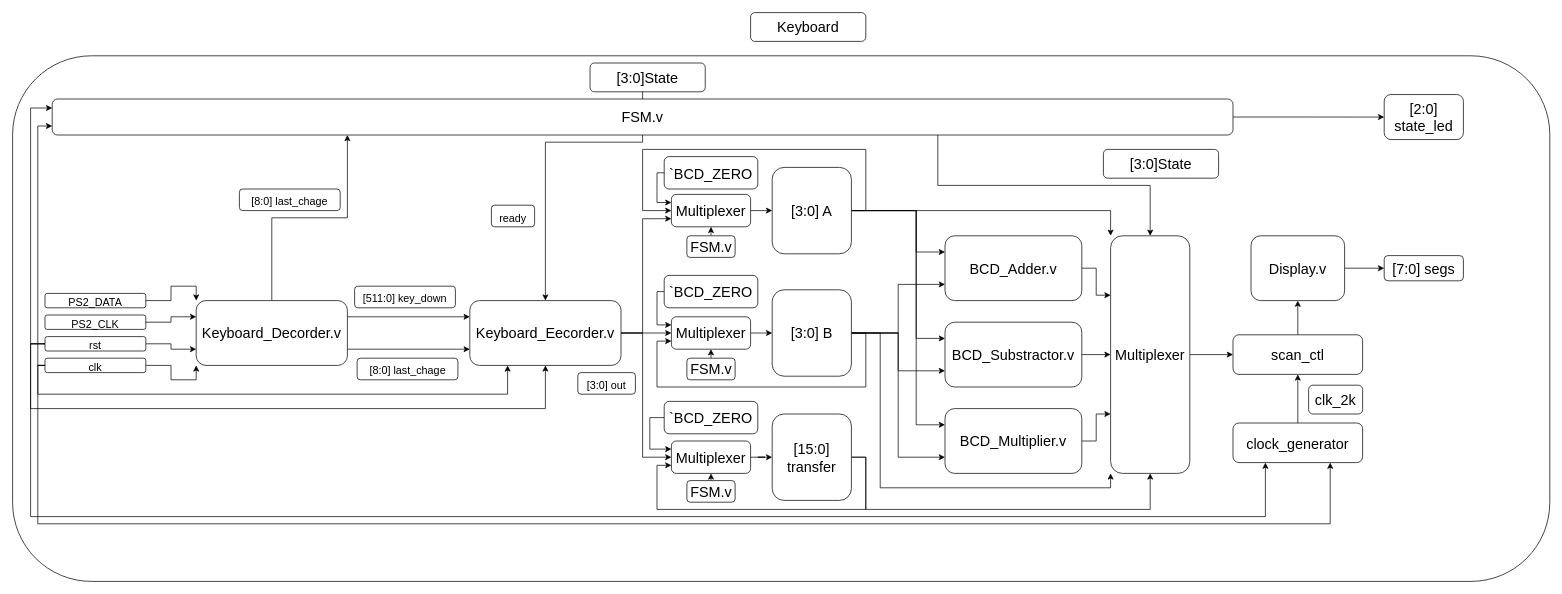
Above: Keyboard_4.drawio in Allenaxe/diagram (draw.io), before the change. Source tidied: cells renumbered, new cells numbered last; positions are measured from the earlier drawing's top-left corner, leaving out a move shared by most shapes. Both pictures are drawn from the tidied source at 72%, with x=0, y=0 at pixel (12, 12).
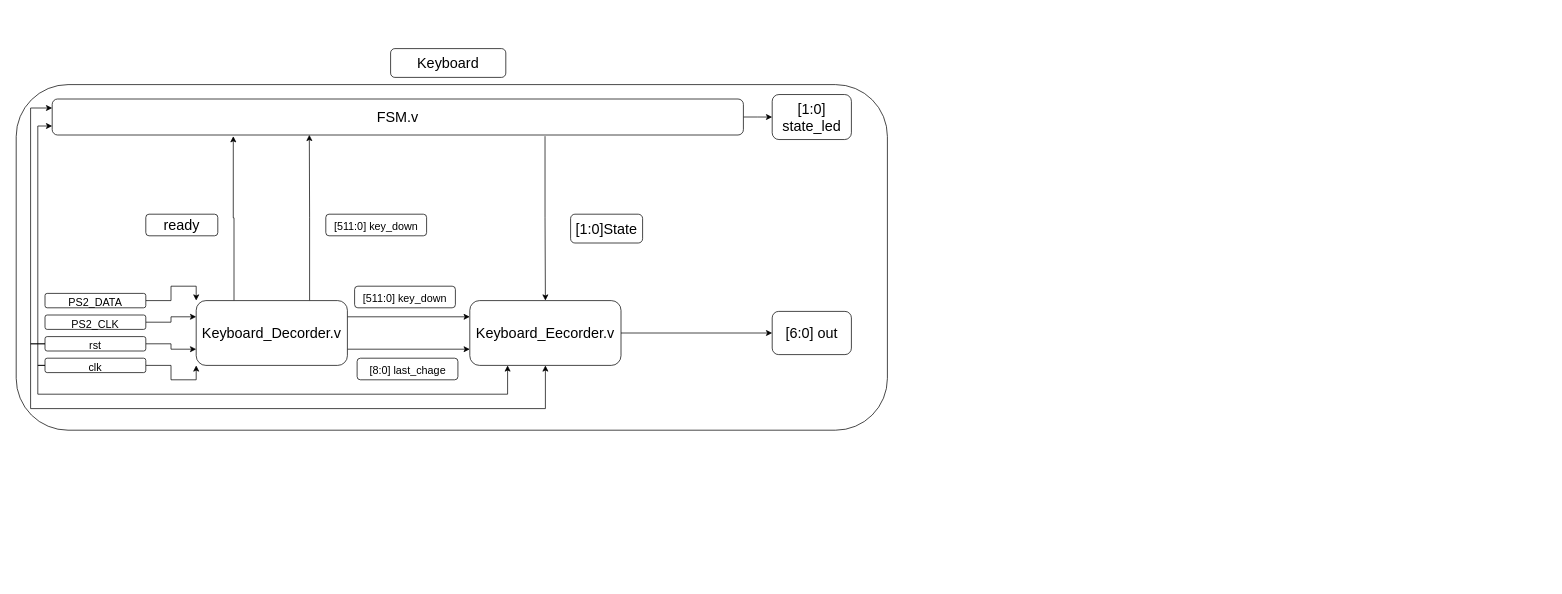
The same diagram, later.

The change refers to these unchanged cells:
```xml
<mxCell id="6" value="&lt;font style=&quot;font-size: 20px&quot;&gt;Keyboard_Decorder.v&lt;/font&gt;" style="rounded=1;whiteSpace=wrap;html=1;" parent="1" vertex="1">
  <mxGeometry x="255" y="400" width="210" height="90" as="geometry" />
</mxCell>
<mxCell id="10" value="&lt;span style=&quot;font-size: 20px&quot;&gt;Keyboard_Eecorder.v&lt;/span&gt;" style="whiteSpace=wrap;html=1;rounded=1;" parent="1" vertex="1">
  <mxGeometry x="635" y="400" width="210" height="90" as="geometry" />
</mxCell>
<mxCell id="21" value="&lt;span style=&quot;font-size: 15px&quot;&gt;rst&lt;/span&gt;" style="rounded=1;whiteSpace=wrap;html=1;fontSize=20;" parent="1" vertex="1">
  <mxGeometry x="45" y="450" width="140" height="20" as="geometry" />
</mxCell>
<mxCell id="26" value="&lt;span style=&quot;font-size: 15px&quot;&gt;clk&lt;/span&gt;" style="rounded=1;whiteSpace=wrap;html=1;fontSize=20;" parent="1" vertex="1">
  <mxGeometry x="45" y="480" width="140" height="20" as="geometry" />
</mxCell>
```

Diff of the diagram source:
```diff
@@
-    <mxCell id="2" style="rounded=1;whiteSpace=wrap;html=1;fontSize=20;" parent="1" vertex="1">
-      <mxGeometry y="60" width="2135" height="730" as="geometry" />
-    </mxCell>
+    <mxCell id="88" style="rounded=1;whiteSpace=wrap;html=1;fontSize=20;" parent="1" vertex="1">
+      <mxGeometry x="5" y="100" width="1210" height="480" as="geometry" />
+    </mxCell>
@@
-    <mxCell id="5" style="edgeStyle=orthogonalEdgeStyle;rounded=0;jettySize=auto;html=1;exitX=0.5;exitY=0;exitDx=0;exitDy=0;entryX=0.25;entryY=1;entryDx=0;entryDy=0;fontSize=20;" parent="1" edge="1" source="6" target="75">
-      <mxGeometry relative="1" as="geometry" />
-    </mxCell>
+    <mxCell id="89" style="edgeStyle=orthogonalEdgeStyle;rounded=0;jettySize=auto;html=1;exitX=0.25;exitY=0;exitDx=0;exitDy=0;fontSize=20;entryX=0.262;entryY=1.032;entryDx=0;entryDy=0;entryPerimeter=0;" parent="1" edge="1" source="6" target="75">
+      <mxGeometry relative="1" as="geometry" />
+    </mxCell>
+    <mxCell id="90" style="edgeStyle=orthogonalEdgeStyle;rounded=0;jettySize=auto;html=1;exitX=0.75;exitY=0;exitDx=0;exitDy=0;entryX=0.372;entryY=0.995;entryDx=0;entryDy=0;entryPerimeter=0;fontSize=20;" parent="1" edge="1" source="6" target="75">
+      <mxGeometry relative="1" as="geometry" />
+    </mxCell>
@@
-    <mxCell id="7" style="edgeStyle=orthogonalEdgeStyle;rounded=0;jettySize=auto;html=1;exitX=1;exitY=0.5;exitDx=0;exitDy=0;entryX=0;entryY=0.75;entryDx=0;entryDy=0;fontSize=20;" parent="1" edge="1" source="10" target="31">
-      <mxGeometry relative="1" as="geometry">
-        <Array as="points">
-          <mxPoint x="875" y="445" />
-          <mxPoint x="875" y="286" />
-        </Array>
-      </mxGeometry>
-    </mxCell>
-    <mxCell id="8" style="edgeStyle=orthogonalEdgeStyle;rounded=0;jettySize=auto;html=1;exitX=1;exitY=0.5;exitDx=0;exitDy=0;entryX=0;entryY=0.5;entryDx=0;entryDy=0;fontSize=20;" parent="1" edge="1" source="10" target="50">
-      <mxGeometry relative="1" as="geometry" />
-    </mxCell>
-    <mxCell id="9" style="edgeStyle=orthogonalEdgeStyle;rounded=0;jettySize=auto;html=1;exitX=1;exitY=0.5;exitDx=0;exitDy=0;fontSize=20;entryX=0;entryY=0.5;entryDx=0;entryDy=0;" parent="1" edge="1" source="10" target="54">
-      <mxGeometry relative="1" as="geometry">
-        <Array as="points">
-          <mxPoint x="875" y="445" />
-          <mxPoint x="875" y="618" />
-          <mxPoint x="915" y="618" />
-        </Array>
-      </mxGeometry>
-    </mxCell>
+    <mxCell id="91" style="edgeStyle=orthogonalEdgeStyle;rounded=0;jettySize=auto;html=1;" parent="1" edge="1" source="10" target="92">
+      <mxGeometry relative="1" as="geometry" />
+    </mxCell>
@@
-    <mxCell id="20" style="edgeStyle=orthogonalEdgeStyle;rounded=0;jettySize=auto;html=1;exitX=0;exitY=0.5;exitDx=0;exitDy=0;entryX=0.25;entryY=1;entryDx=0;entryDy=0;fontSize=20;" parent="1" edge="1" source="21" target="66">
-      <mxGeometry relative="1" as="geometry">
-        <Array as="points">
-          <mxPoint x="25" y="460" />
-          <mxPoint x="25" y="700" />
-          <mxPoint x="1740" y="700" />
-        </Array>
-      </mxGeometry>
-    </mxCell>
@@
-    <mxCell id="25" style="edgeStyle=orthogonalEdgeStyle;rounded=0;jettySize=auto;html=1;exitX=0;exitY=0.5;exitDx=0;exitDy=0;entryX=0.75;entryY=1;entryDx=0;entryDy=0;fontSize=20;" parent="1" edge="1" source="26" target="66">
-      <mxGeometry relative="1" as="geometry">
-        <Array as="points">
-          <mxPoint x="35" y="490" />
-          <mxPoint x="35" y="710" />
-          <mxPoint x="1830" y="710" />
-        </Array>
-      </mxGeometry>
-    </mxCell>
@@
-    <mxCell id="27" style="edgeStyle=orthogonalEdgeStyle;rounded=0;jettySize=auto;html=1;fontSize=20;" parent="1" edge="1" source="28" target="29">
-      <mxGeometry relative="1" as="geometry" />
-    </mxCell>
-    <mxCell id="28" value="&lt;font style=&quot;font-size: 20px&quot;&gt;Display.v&lt;/font&gt;" style="whiteSpace=wrap;html=1;rounded=1;" parent="1" vertex="1">
-      <mxGeometry x="1720" y="310" width="130" height="90" as="geometry" />
-    </mxCell>
-    <mxCell id="29" value="&lt;font style=&quot;font-size: 20px&quot;&gt;[7:0] segs&lt;/font&gt;" style="whiteSpace=wrap;html=1;rounded=1;" parent="1" vertex="1">
-      <mxGeometry x="1905" y="337.5" width="110" height="35" as="geometry" />
-    </mxCell>
-    <mxCell id="30" style="edgeStyle=orthogonalEdgeStyle;rounded=0;jettySize=auto;html=1;exitX=1;exitY=0.5;exitDx=0;exitDy=0;entryX=0;entryY=0.5;entryDx=0;entryDy=0;fontSize=20;" parent="1" edge="1" source="31" target="37">
-      <mxGeometry relative="1" as="geometry" />
-    </mxCell>
-    <mxCell id="31" value="Multiplexer" style="rounded=1;whiteSpace=wrap;html=1;fontSize=20;" parent="1" vertex="1">
-      <mxGeometry x="915" y="252.5" width="110" height="45" as="geometry" />
-    </mxCell>
-    <mxCell id="32" style="edgeStyle=orthogonalEdgeStyle;rounded=0;jettySize=auto;html=1;exitX=1;exitY=0.5;exitDx=0;exitDy=0;entryX=0;entryY=0.5;entryDx=0;entryDy=0;fontSize=20;" parent="1" edge="1" source="37" target="31">
-      <mxGeometry relative="1" as="geometry">
-        <Array as="points">
-          <mxPoint x="1185" y="275" />
-          <mxPoint x="1185" y="190" />
-          <mxPoint x="875" y="190" />
-          <mxPoint x="875" y="275" />
-        </Array>
-      </mxGeometry>
-    </mxCell>
-    <mxCell id="33" style="edgeStyle=orthogonalEdgeStyle;rounded=0;jettySize=auto;html=1;exitX=1;exitY=0.5;exitDx=0;exitDy=0;entryX=0;entryY=0.25;entryDx=0;entryDy=0;fontSize=20;" parent="1" edge="1" source="37" target="64">
-      <mxGeometry relative="1" as="geometry">
-        <Array as="points">
-          <mxPoint x="1255" y="275" />
-          <mxPoint x="1255" y="333" />
-        </Array>
-      </mxGeometry>
-    </mxCell>
-    <mxCell id="34" style="edgeStyle=orthogonalEdgeStyle;rounded=0;jettySize=auto;html=1;exitX=1;exitY=0.5;exitDx=0;exitDy=0;entryX=0;entryY=0.25;entryDx=0;entryDy=0;" parent="1" edge="1" source="37" target="81">
-      <mxGeometry relative="1" as="geometry">
-        <Array as="points">
-          <mxPoint x="1255" y="275" />
-          <mxPoint x="1255" y="453" />
-        </Array>
-      </mxGeometry>
-    </mxCell>
-    <mxCell id="35" style="edgeStyle=orthogonalEdgeStyle;rounded=0;jettySize=auto;html=1;exitX=1;exitY=0.5;exitDx=0;exitDy=0;entryX=0;entryY=0.25;entryDx=0;entryDy=0;" parent="1" edge="1" source="37" target="83">
-      <mxGeometry relative="1" as="geometry">
-        <Array as="points">
-          <mxPoint x="1255" y="275" />
-          <mxPoint x="1255" y="573" />
-        </Array>
-      </mxGeometry>
-    </mxCell>
-    <mxCell id="36" style="edgeStyle=orthogonalEdgeStyle;rounded=0;jettySize=auto;html=1;exitX=1;exitY=0.5;exitDx=0;exitDy=0;entryX=0;entryY=0;entryDx=0;entryDy=0;" parent="1" edge="1" source="37" target="85">
-      <mxGeometry relative="1" as="geometry" />
-    </mxCell>
-    <mxCell id="37" value="[3:0] A" style="rounded=1;whiteSpace=wrap;html=1;fontSize=20;" parent="1" vertex="1">
-      <mxGeometry x="1055" y="215" width="110" height="120" as="geometry" />
-    </mxCell>
-    <mxCell id="38" style="edgeStyle=orthogonalEdgeStyle;rounded=0;jettySize=auto;html=1;exitX=1;exitY=0.5;exitDx=0;exitDy=0;entryX=0;entryY=0.75;entryDx=0;entryDy=0;fontSize=20;" parent="1" edge="1" source="43" target="50">
-      <mxGeometry relative="1" as="geometry">
-        <Array as="points">
-          <mxPoint x="1185" y="445" />
-          <mxPoint x="1185" y="520" />
-          <mxPoint x="895" y="520" />
-          <mxPoint x="895" y="456" />
-        </Array>
-      </mxGeometry>
-    </mxCell>
-    <mxCell id="39" style="edgeStyle=orthogonalEdgeStyle;rounded=0;jettySize=auto;html=1;exitX=1;exitY=0.5;exitDx=0;exitDy=0;entryX=0;entryY=0.75;entryDx=0;entryDy=0;fontSize=20;" parent="1" edge="1" source="43" target="64">
-      <mxGeometry relative="1" as="geometry" />
-    </mxCell>
-    <mxCell id="40" style="edgeStyle=orthogonalEdgeStyle;rounded=0;jettySize=auto;html=1;exitX=1;exitY=0.5;exitDx=0;exitDy=0;entryX=0;entryY=0.75;entryDx=0;entryDy=0;" parent="1" edge="1" source="43" target="81">
-      <mxGeometry relative="1" as="geometry" />
-    </mxCell>
-    <mxCell id="41" style="edgeStyle=orthogonalEdgeStyle;rounded=0;jettySize=auto;html=1;exitX=1;exitY=0.5;exitDx=0;exitDy=0;entryX=0;entryY=0.75;entryDx=0;entryDy=0;" parent="1" edge="1" source="43" target="83">
-      <mxGeometry relative="1" as="geometry" />
-    </mxCell>
-    <mxCell id="42" style="edgeStyle=orthogonalEdgeStyle;rounded=0;jettySize=auto;html=1;exitX=1;exitY=0.5;exitDx=0;exitDy=0;entryX=0;entryY=1;entryDx=0;entryDy=0;" parent="1" edge="1" source="43" target="85">
-      <mxGeometry relative="1" as="geometry">
-        <Array as="points">
-          <mxPoint x="1205" y="445" />
-          <mxPoint x="1205" y="660" />
-          <mxPoint x="1525" y="660" />
-        </Array>
-      </mxGeometry>
-    </mxCell>
-    <mxCell id="43" value="[3:0] B" style="rounded=1;whiteSpace=wrap;html=1;fontSize=20;" parent="1" vertex="1">
-      <mxGeometry x="1055" y="385" width="110" height="120" as="geometry" />
-    </mxCell>
-    <mxCell id="44" style="edgeStyle=orthogonalEdgeStyle;rounded=0;jettySize=auto;html=1;exitX=1;exitY=0.5;exitDx=0;exitDy=0;fontSize=20;entryX=0;entryY=0.75;entryDx=0;entryDy=0;" parent="1" edge="1" source="46" target="54">
-      <mxGeometry relative="1" as="geometry">
-        <Array as="points">
-          <mxPoint x="1185" y="617" />
-          <mxPoint x="1185" y="690" />
-          <mxPoint x="895" y="690" />
-          <mxPoint x="895" y="629" />
-        </Array>
-      </mxGeometry>
-    </mxCell>
-    <mxCell id="45" style="edgeStyle=orthogonalEdgeStyle;rounded=0;jettySize=auto;html=1;exitX=1;exitY=0.5;exitDx=0;exitDy=0;entryX=0.5;entryY=1;entryDx=0;entryDy=0;fontSize=20;" parent="1" edge="1" source="46" target="85">
-      <mxGeometry relative="1" as="geometry">
-        <Array as="points">
-          <mxPoint x="1185" y="618" />
-          <mxPoint x="1185" y="690" />
-          <mxPoint x="1580" y="690" />
-        </Array>
-      </mxGeometry>
-    </mxCell>
-    <mxCell id="46" value="[15:0] transfer" style="rounded=1;whiteSpace=wrap;html=1;fontSize=20;" parent="1" vertex="1">
-      <mxGeometry x="1055" y="557.5" width="110" height="120" as="geometry" />
-    </mxCell>
-    <mxCell id="47" style="edgeStyle=orthogonalEdgeStyle;rounded=0;jettySize=auto;html=1;exitX=1;exitY=0.5;exitDx=0;exitDy=0;entryX=0;entryY=0.25;entryDx=0;entryDy=0;fontSize=20;" parent="1" edge="1" source="48" target="31">
-      <mxGeometry relative="1" as="geometry">
-        <Array as="points">
-          <mxPoint x="895" y="223" />
-          <mxPoint x="895" y="264" />
-        </Array>
-      </mxGeometry>
-    </mxCell>
-    <mxCell id="48" value="`BCD_ZERO" style="rounded=1;whiteSpace=wrap;html=1;fontSize=20;" parent="1" vertex="1">
-      <mxGeometry x="905" y="200" width="130" height="45" as="geometry" />
-    </mxCell>
-    <mxCell id="49" style="edgeStyle=orthogonalEdgeStyle;rounded=0;jettySize=auto;html=1;exitX=1;exitY=0.5;exitDx=0;exitDy=0;entryX=0;entryY=0.5;entryDx=0;entryDy=0;fontSize=20;" parent="1" edge="1" source="50" target="43">
-      <mxGeometry relative="1" as="geometry" />
-    </mxCell>
-    <mxCell id="50" value="Multiplexer" style="rounded=1;whiteSpace=wrap;html=1;fontSize=20;" parent="1" vertex="1">
-      <mxGeometry x="915" y="422.5" width="110" height="45" as="geometry" />
-    </mxCell>
-    <mxCell id="51" style="edgeStyle=orthogonalEdgeStyle;rounded=0;jettySize=auto;html=1;exitX=0;exitY=0.5;exitDx=0;exitDy=0;entryX=0;entryY=0.25;entryDx=0;entryDy=0;fontSize=20;" parent="1" edge="1" source="52" target="50">
-      <mxGeometry relative="1" as="geometry">
-        <Array as="points">
-          <mxPoint x="895" y="387" />
-          <mxPoint x="895" y="434" />
-        </Array>
-      </mxGeometry>
-    </mxCell>
-    <mxCell id="52" value="`BCD_ZERO" style="rounded=1;whiteSpace=wrap;html=1;fontSize=20;" parent="1" vertex="1">
-      <mxGeometry x="905" y="365" width="130" height="45" as="geometry" />
-    </mxCell>
-    <mxCell id="53" style="edgeStyle=orthogonalEdgeStyle;rounded=0;jettySize=auto;html=1;fontSize=20;" parent="1" edge="1" source="54" target="46">
-      <mxGeometry relative="1" as="geometry" />
-    </mxCell>
-    <mxCell id="54" value="Multiplexer" style="rounded=1;whiteSpace=wrap;html=1;fontSize=20;" parent="1" vertex="1">
-      <mxGeometry x="915" y="595" width="110" height="45" as="geometry" />
-    </mxCell>
-    <mxCell id="55" style="edgeStyle=orthogonalEdgeStyle;rounded=0;jettySize=auto;html=1;exitX=0;exitY=0.5;exitDx=0;exitDy=0;entryX=0;entryY=0.25;entryDx=0;entryDy=0;fontSize=20;" parent="1" edge="1" source="56" target="54">
-      <mxGeometry relative="1" as="geometry" />
-    </mxCell>
-    <mxCell id="56" value="`BCD_ZERO" style="rounded=1;whiteSpace=wrap;html=1;fontSize=20;" parent="1" vertex="1">
-      <mxGeometry x="905" y="540" width="130" height="45" as="geometry" />
-    </mxCell>
-    <mxCell id="57" style="edgeStyle=orthogonalEdgeStyle;rounded=0;jettySize=auto;html=1;exitX=0.5;exitY=0;exitDx=0;exitDy=0;entryX=0.5;entryY=1;entryDx=0;entryDy=0;fontSize=20;" parent="1" edge="1" source="58" target="54">
-      <mxGeometry relative="1" as="geometry" />
-    </mxCell>
-    <mxCell id="58" value="&lt;font style=&quot;font-size: 20px&quot;&gt;FSM.v&lt;/font&gt;" style="rounded=1;whiteSpace=wrap;html=1;" parent="1" vertex="1">
-      <mxGeometry x="936.5" y="650" width="67" height="30" as="geometry" />
-    </mxCell>
-    <mxCell id="59" style="edgeStyle=orthogonalEdgeStyle;rounded=0;jettySize=auto;html=1;exitX=0.5;exitY=0;exitDx=0;exitDy=0;entryX=0.5;entryY=1;entryDx=0;entryDy=0;fontSize=20;" parent="1" edge="1" source="60" target="50">
-      <mxGeometry relative="1" as="geometry" />
-    </mxCell>
-    <mxCell id="60" value="&lt;font style=&quot;font-size: 20px&quot;&gt;FSM.v&lt;/font&gt;" style="rounded=1;whiteSpace=wrap;html=1;" parent="1" vertex="1">
-      <mxGeometry x="936.5" y="480" width="67" height="30" as="geometry" />
-    </mxCell>
-    <mxCell id="61" style="edgeStyle=orthogonalEdgeStyle;rounded=0;jettySize=auto;html=1;exitX=0.5;exitY=0;exitDx=0;exitDy=0;entryX=0.5;entryY=1;entryDx=0;entryDy=0;fontSize=20;" parent="1" edge="1" source="62" target="31">
-      <mxGeometry relative="1" as="geometry" />
-    </mxCell>
-    <mxCell id="62" value="&lt;font style=&quot;font-size: 20px&quot;&gt;FSM.v&lt;/font&gt;" style="rounded=1;whiteSpace=wrap;html=1;" parent="1" vertex="1">
-      <mxGeometry x="936.5" y="310" width="67" height="30" as="geometry" />
-    </mxCell>
-    <mxCell id="63" style="edgeStyle=orthogonalEdgeStyle;rounded=0;jettySize=auto;html=1;exitX=1;exitY=0.5;exitDx=0;exitDy=0;entryX=0;entryY=0.25;entryDx=0;entryDy=0;" parent="1" edge="1" source="64" target="85">
-      <mxGeometry relative="1" as="geometry" />
-    </mxCell>
-    <mxCell id="64" value="&lt;font style=&quot;font-size: 20px&quot;&gt;BCD_Adder.v&lt;/font&gt;" style="whiteSpace=wrap;html=1;rounded=1;" parent="1" vertex="1">
-      <mxGeometry x="1295" y="310" width="190" height="90" as="geometry" />
-    </mxCell>
-    <mxCell id="65" style="edgeStyle=orthogonalEdgeStyle;rounded=0;jettySize=auto;html=1;fontSize=20;" parent="1" edge="1" source="66" target="69">
-      <mxGeometry relative="1" as="geometry" />
-    </mxCell>
-    <mxCell id="66" value="&lt;font style=&quot;font-size: 20px&quot;&gt;clock_generator&lt;/font&gt;" style="whiteSpace=wrap;html=1;rounded=1;" parent="1" vertex="1">
-      <mxGeometry x="1695" y="570" width="180" height="55" as="geometry" />
-    </mxCell>
-    <mxCell id="67" value="&lt;span style=&quot;font-size: 20px&quot;&gt;clk_2k&lt;/span&gt;" style="whiteSpace=wrap;html=1;rounded=1;" parent="1" vertex="1">
-      <mxGeometry x="1800" y="517.5" width="75" height="40" as="geometry" />
-    </mxCell>
-    <mxCell id="68" style="edgeStyle=orthogonalEdgeStyle;rounded=0;jettySize=auto;html=1;fontSize=20;" parent="1" edge="1" source="69" target="28">
-      <mxGeometry relative="1" as="geometry" />
-    </mxCell>
-    <mxCell id="69" value="&lt;font style=&quot;font-size: 20px&quot;&gt;scan_ctl&lt;br&gt;&lt;/font&gt;" style="whiteSpace=wrap;html=1;rounded=1;" parent="1" vertex="1">
-      <mxGeometry x="1695" y="447.5" width="180" height="55" as="geometry" />
-    </mxCell>
-    <mxCell id="70" value="&lt;font style=&quot;font-size: 15px&quot;&gt;[3:0] out&lt;/font&gt;" style="rounded=1;whiteSpace=wrap;html=1;fontSize=20;" parent="1" vertex="1">
-      <mxGeometry x="785" y="500" width="80" height="30" as="geometry" />
-    </mxCell>
-    <mxCell id="71" style="edgeStyle=orthogonalEdgeStyle;rounded=0;jettySize=auto;html=1;fontSize=20;" parent="1" edge="1" source="75" target="76">
-      <mxGeometry relative="1" as="geometry" />
-    </mxCell>
+    <mxCell id="73" style="edgeStyle=orthogonalEdgeStyle;rounded=0;jettySize=auto;html=1;" parent="1" edge="1" source="75" target="86">
+      <mxGeometry relative="1" as="geometry" />
+    </mxCell>
-    <mxCell id="72" style="edgeStyle=orthogonalEdgeStyle;rounded=0;jettySize=auto;html=1;exitX=0.5;exitY=1;exitDx=0;exitDy=0;entryX=0.5;entryY=0;entryDx=0;entryDy=0;fontSize=20;" parent="1" edge="1" source="75" target="10">
-      <mxGeometry relative="1" as="geometry">
-        <Array as="points">
-          <mxPoint x="875" y="180" />
-          <mxPoint x="740" y="180" />
-        </Array>
-      </mxGeometry>
+    <mxCell id="72" style="edgeStyle=orthogonalEdgeStyle;rounded=0;jettySize=auto;html=1;entryX=0.5;entryY=0;entryDx=0;entryDy=0;fontSize=20;exitX=0.713;exitY=1.032;exitDx=0;exitDy=0;exitPerimeter=0;" parent="1" edge="1" source="75" target="10">
+      <mxGeometry relative="1" as="geometry" />
     </mxCell>
-    <mxCell id="73" style="edgeStyle=orthogonalEdgeStyle;rounded=0;jettySize=auto;html=1;" parent="1" edge="1" source="75" target="86">
-      <mxGeometry relative="1" as="geometry" />
-    </mxCell>
-    <mxCell id="74" style="edgeStyle=orthogonalEdgeStyle;rounded=0;jettySize=auto;html=1;exitX=0.75;exitY=1;exitDx=0;exitDy=0;entryX=0.5;entryY=0;entryDx=0;entryDy=0;fontSize=20;" parent="1" edge="1" source="75" target="85">
-      <mxGeometry relative="1" as="geometry" />
-    </mxCell>
     <mxCell id="75" value="&lt;span style=&quot;font-size: 20px&quot;&gt;FSM.v&lt;/span&gt;" style="whiteSpace=wrap;html=1;rounded=1;" parent="1" vertex="1">
-      <mxGeometry x="55" y="120" width="1640" height="50" as="geometry" />
+      <mxGeometry x="55" y="120" width="960" height="50" as="geometry" />
     </mxCell>
-    <mxCell id="76" value="&lt;font style=&quot;font-size: 20px&quot;&gt;[3:0]State&lt;/font&gt;" style="whiteSpace=wrap;html=1;rounded=1;" parent="1" vertex="1">
-      <mxGeometry x="802" y="70" width="160" height="40" as="geometry" />
-    </mxCell>
-    <mxCell id="77" value="&lt;span style=&quot;font-size: 15px&quot;&gt;ready&lt;/span&gt;" style="rounded=1;whiteSpace=wrap;html=1;fontSize=20;" parent="1" vertex="1">
-      <mxGeometry x="665" y="267.5" width="60" height="30" as="geometry" />
-    </mxCell>
-    <mxCell id="78" value="&lt;font style=&quot;font-size: 15px&quot;&gt;[8:0] last_chage&lt;/font&gt;" style="rounded=1;whiteSpace=wrap;html=1;fontSize=20;" parent="1" vertex="1">
-      <mxGeometry x="315" y="245" width="140" height="30" as="geometry" />
+    <mxCell id="78" value="&lt;font style=&quot;font-size: 15px&quot;&gt;[511:0] key_down&lt;br&gt;&lt;/font&gt;" style="rounded=1;whiteSpace=wrap;html=1;fontSize=20;" parent="1" vertex="1">
+      <mxGeometry x="435" y="280" width="140" height="30" as="geometry" />
     </mxCell>
     <mxCell id="79" value="&lt;font style=&quot;font-size: 20px&quot;&gt;Keyboard&lt;/font&gt;" style="whiteSpace=wrap;html=1;rounded=1;" parent="1" vertex="1">
-      <mxGeometry x="1025" width="160" height="40" as="geometry" />
+      <mxGeometry x="525" y="50" width="160" height="40" as="geometry" />
     </mxCell>
-    <mxCell id="80" style="edgeStyle=orthogonalEdgeStyle;rounded=0;jettySize=auto;html=1;exitX=1;exitY=0.5;exitDx=0;exitDy=0;entryX=0;entryY=0.5;entryDx=0;entryDy=0;" parent="1" edge="1" source="81" target="85">
-      <mxGeometry relative="1" as="geometry" />
-    </mxCell>
-    <mxCell id="81" value="&lt;font style=&quot;font-size: 20px&quot;&gt;BCD_Substractor.v&lt;/font&gt;" style="whiteSpace=wrap;html=1;rounded=1;" parent="1" vertex="1">
-      <mxGeometry x="1295" y="430" width="190" height="90" as="geometry" />
-    </mxCell>
-    <mxCell id="82" style="edgeStyle=orthogonalEdgeStyle;rounded=0;jettySize=auto;html=1;exitX=1;exitY=0.5;exitDx=0;exitDy=0;entryX=0;entryY=0.75;entryDx=0;entryDy=0;" parent="1" edge="1" source="83" target="85">
-      <mxGeometry relative="1" as="geometry" />
-    </mxCell>
-    <mxCell id="83" value="&lt;font style=&quot;font-size: 20px&quot;&gt;BCD_Multiplier.v&lt;/font&gt;" style="whiteSpace=wrap;html=1;rounded=1;" parent="1" vertex="1">
-      <mxGeometry x="1295" y="550" width="190" height="90" as="geometry" />
-    </mxCell>
-    <mxCell id="84" style="edgeStyle=orthogonalEdgeStyle;rounded=0;jettySize=auto;html=1;exitX=1;exitY=0.5;exitDx=0;exitDy=0;entryX=0;entryY=0.5;entryDx=0;entryDy=0;" parent="1" edge="1" source="85" target="69">
-      <mxGeometry relative="1" as="geometry" />
-    </mxCell>
-    <mxCell id="85" value="&lt;span style=&quot;font-size: 20px&quot;&gt;Multiplexer&lt;/span&gt;" style="whiteSpace=wrap;html=1;rounded=1;" parent="1" vertex="1">
-      <mxGeometry x="1525" y="310" width="110" height="330" as="geometry" />
-    </mxCell>
-    <mxCell id="86" value="&lt;font style=&quot;font-size: 20px&quot;&gt;[2:0] state_led&lt;/font&gt;" style="whiteSpace=wrap;html=1;rounded=1;" parent="1" vertex="1">
-      <mxGeometry x="1905" y="113.8" width="110" height="62.5" as="geometry" />
+    <mxCell id="86" value="&lt;font style=&quot;font-size: 20px&quot;&gt;[1:0] state_led&lt;/font&gt;" style="whiteSpace=wrap;html=1;rounded=1;" parent="1" vertex="1">
+      <mxGeometry x="1055" y="113.8" width="110" height="62.5" as="geometry" />
     </mxCell>
-    <mxCell id="87" value="&lt;font style=&quot;font-size: 20px&quot;&gt;[3:0]State&lt;/font&gt;" style="whiteSpace=wrap;html=1;rounded=1;" parent="1" vertex="1">
-      <mxGeometry x="1515" y="190" width="160" height="40" as="geometry" />
+    <mxCell id="87" value="&lt;font style=&quot;font-size: 20px&quot;&gt;[1:0]State&lt;/font&gt;" style="whiteSpace=wrap;html=1;rounded=1;" parent="1" vertex="1">
+      <mxGeometry x="775" y="280" width="100" height="40" as="geometry" />
     </mxCell>
+    <mxCell id="92" value="&lt;font style=&quot;font-size: 20px;&quot;&gt;[6:0] out&lt;/font&gt;" style="whiteSpace=wrap;html=1;rounded=1;" parent="1" vertex="1">
+      <mxGeometry x="1055" y="415" width="110" height="60" as="geometry" />
+    </mxCell>
+    <mxCell id="77" value="&lt;font style=&quot;font-size: 20px&quot;&gt;ready&lt;/font&gt;" style="whiteSpace=wrap;html=1;rounded=1;" parent="1" vertex="1">
+      <mxGeometry x="185" y="280" width="100" height="30" as="geometry" />
+    </mxCell>
```
